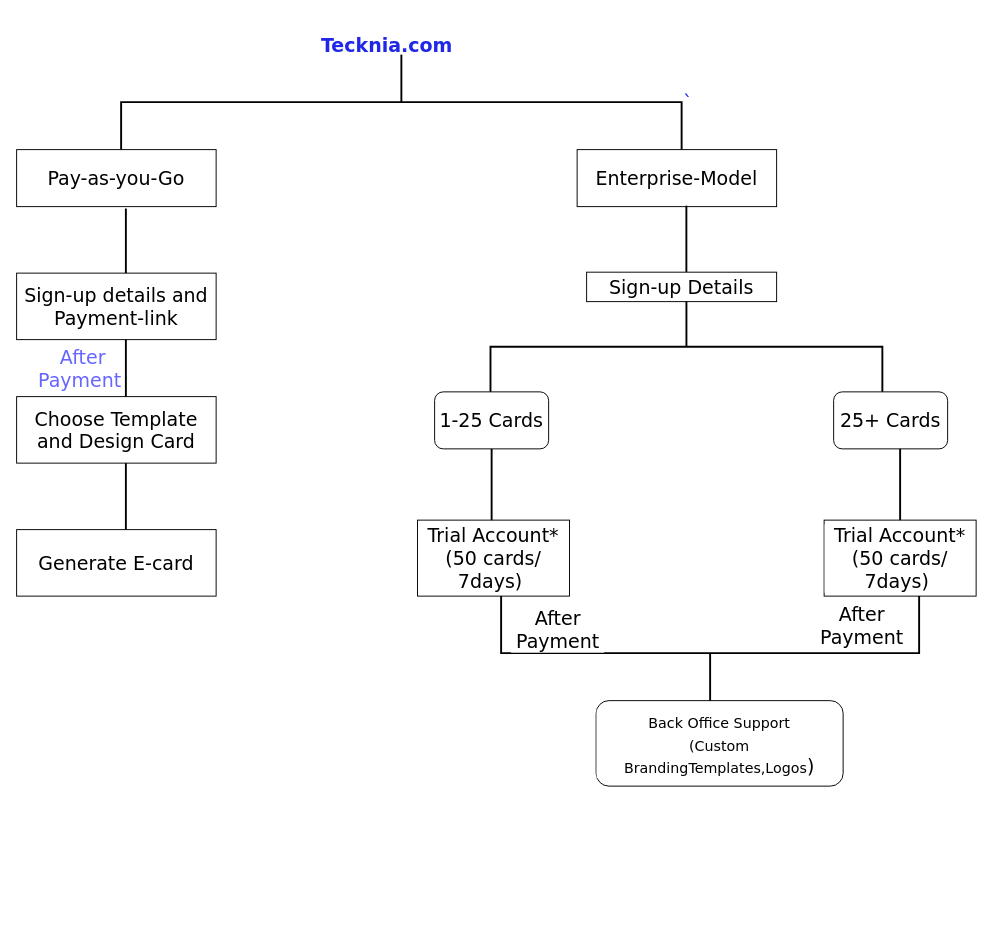
Before: Untitled Diagram.drawio in rehankittur/Tecknia, a draw.io diagram. Source tidied: cells renumbered, new cells numbered last; positions are measured from the earlier drawing's top-left corner, leaving out a move shared by most shapes. Both pictures are drawn from the tidied source at 95%, with x=0, y=0 at pixel (16, 16).
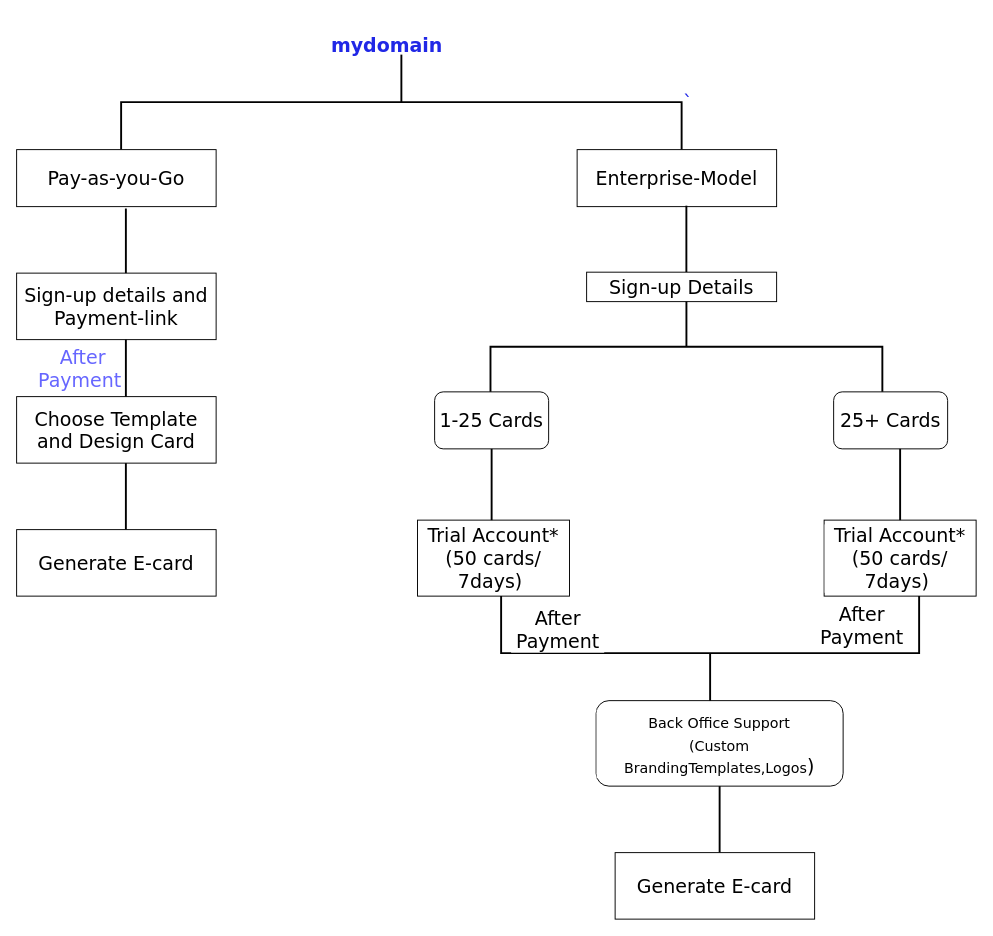
Above is the later version.

What changed in the source:
```diff
@@
-    <mxCell id="2" value="Tecknia.com" style="text;html=1;strokeColor=none;fillColor=none;align=center;verticalAlign=middle;whiteSpace=wrap;rounded=0;fontStyle=1;fontFamily=Verdana;fontSize=20;fontColor=#2027E6;" parent="1" vertex="1">
+    <mxCell id="2" value="mydomain" style="text;html=1;strokeColor=none;fillColor=none;align=center;verticalAlign=middle;whiteSpace=wrap;rounded=0;fontStyle=1;fontFamily=Verdana;fontSize=20;fontColor=#2027E6;" parent="1" vertex="1">
       <mxGeometry x="310" width="160" height="60" as="geometry" />
     </mxCell>
@@
+    <mxCell id="27" style="line;strokeWidth=2;direction=north;html=1;fontFamily=Verdana;fontSize=20;fontColor=#000000;" parent="1" vertex="1">
+      <mxGeometry x="735" y="810" width="10" height="70" as="geometry" />
+    </mxCell>
+    <mxCell id="28" value="Generate E-card" style="rounded=0;whiteSpace=wrap;html=1;fontFamily=Verdana;fontSize=20;" parent="1" vertex="1">
+      <mxGeometry x="630" y="880" width="210" height="70" as="geometry" />
+    </mxCell>
```
